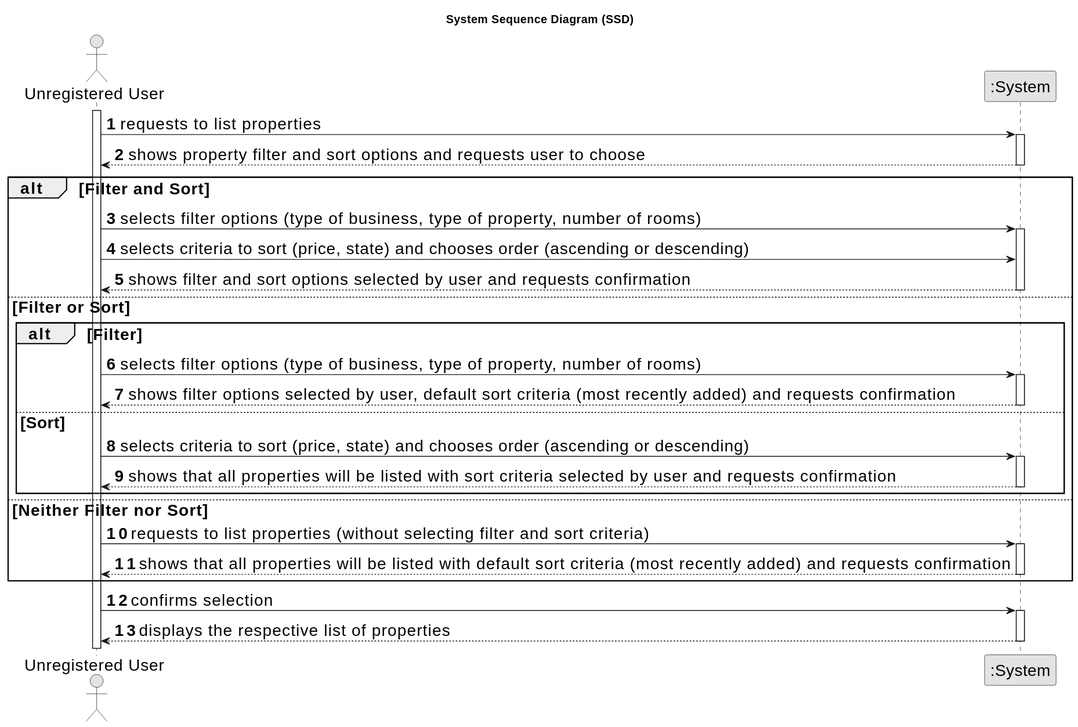
Goncalves2525/real-estate-management-system keeps this PlantUML diagram as docs/sprintB/us001/01.requirements-engineering/svg/us001-system-sequence-diagram.svg. Above is the earlier version.
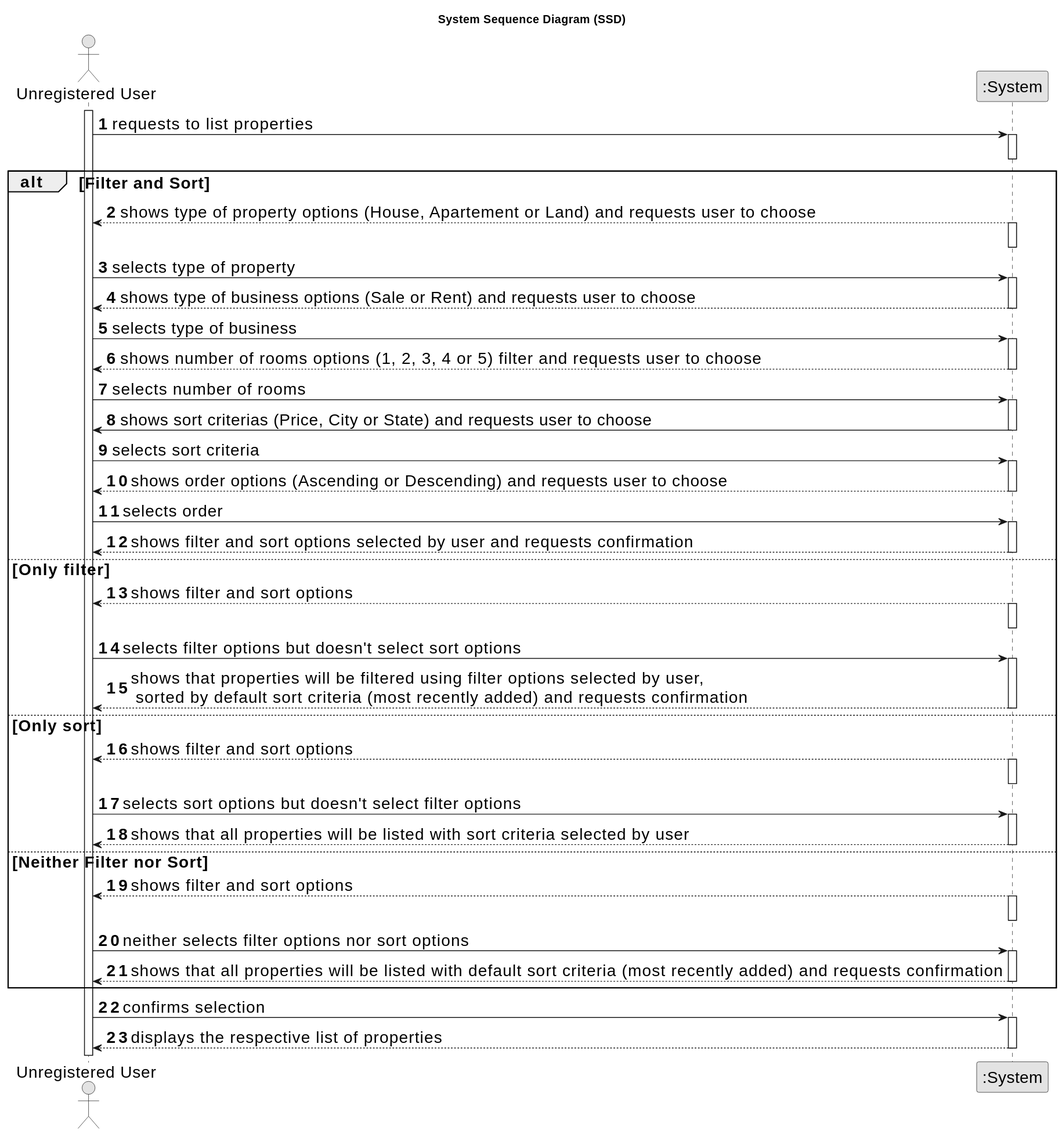
The same file after the commit.

Diff of the diagram source:
```diff
@@ -15,42 +15,82 @@
 
     User -> System : requests to list properties
     activate System
-
-    System --> User : shows property filter and sort options and requests user to choose
     deactivate System
 
+
     alt Filter and Sort
-        User -> System : selects filter options (type of business, type of property, number of rooms)
+
+        System --> User : shows type of property options (House, Apartement or Land) and requests user to choose
+        activate System
+        deactivate System
+
+        User -> System : selects type of property
         activate System
 
-        User -> System : selects criteria to sort (price, state) and chooses order (ascending or descending)
+        System --> User : shows type of business options (Sale or Rent) and requests user to choose
+        deactivate System
+
+        User -> System : selects type of business
+        activate System
+
+        System --> User : shows number of rooms options (1, 2, 3, 4 or 5) filter and requests user to choose
+        deactivate System
+
+        User -> System : selects number of rooms
+        activate System
+
+        System -> User : shows sort criterias (Price, City or State) and requests user to choose
+        deactivate System
+
+        User -> System : selects sort criteria
+        activate System
+
+        System --> User : shows order options (Ascending or Descending) and requests user to choose
+        deactivate System
+
+        User -> System : selects order
+        activate System
+
         System --> User : shows filter and sort options selected by user and requests confirmation
         deactivate System
 
-    else Filter or Sort
 
-        alt Filter
-            User -> System : selects filter options (type of business, type of property, number of rooms)
-            activate System
 
-            System --> User : shows filter options selected by user, default sort criteria (most recently added) and requests confirmation
-            deactivate System
+    else Only filter
 
-        else Sort
-            User -> System : selects criteria to sort (price, state) and chooses order (ascending or descending)
-            activate System
+        System --> User : shows filter and sort options
+        activate System
+        deactivate System
 
-            System --> User : shows that all properties will be listed with sort criteria selected by user and requests confirmation
-            deactivate System
-        end
+        User -> System : selects filter options but doesn't select sort options
+        activate System
+
+        System --> User : shows that properties will be filtered using filter options selected by user, \n sorted by default sort criteria (most recently added) and requests confirmation
+        deactivate System
+    else Only sort
+        System --> User : shows filter and sort options
+        activate System
+        deactivate System
+
+        User -> System : selects sort options but doesn't select filter options
+        activate System
+
+        System --> User : shows that all properties will be listed with sort criteria selected by user
+        deactivate System
+
 
 
     else Neither Filter nor Sort
-        User -> System : requests to list properties (without selecting filter and sort criteria)
+        System --> User : shows filter and sort options
+        activate System
+        deactivate System
+
+        User -> System : neither selects filter options nor sort options
         activate System
 
         System --> User : shows that all properties will be listed with default sort criteria (most recently added) and requests confirmation
         deactivate System
+
 
     end
 
```
